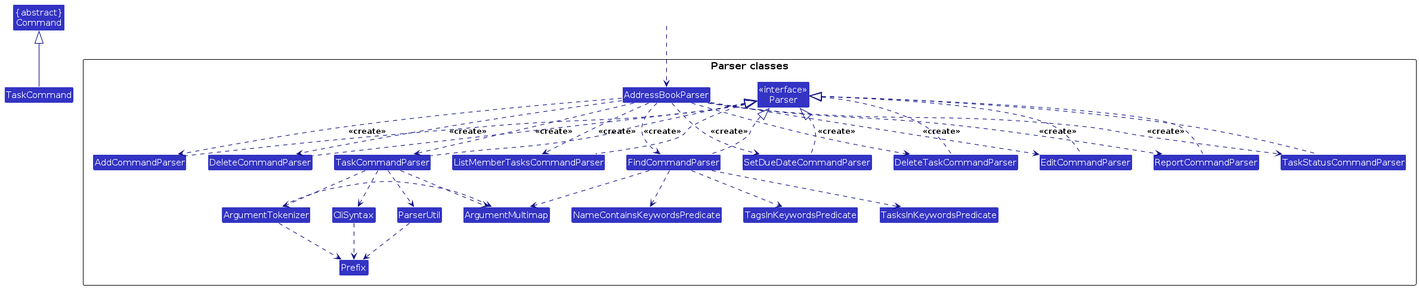
This is diagrams/ParserClasses.png from bkkuan/tp, a PlantUML export, as it was before one commit. Its source is kept beside it as diagrams/ParserClasses.puml.
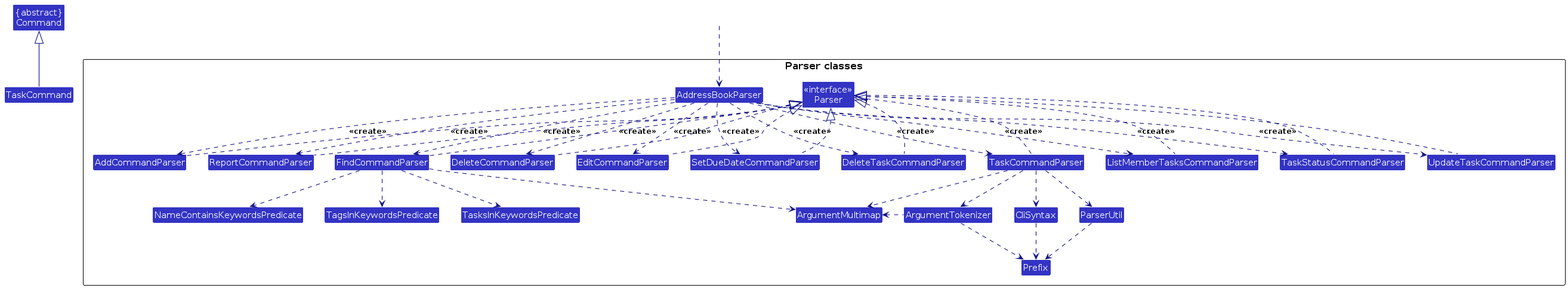
The same diagram one commit later.

The edit, as a diff of the source:
```diff
@@ -22,6 +22,7 @@
   Class SetDueDateCommandParser
   Class TaskCommandParser
   Class TaskStatusCommandParser
+  Class UpdateTaskCommandParser
 
   Class CliSyntax
   Class ParserUtil
@@ -44,6 +45,7 @@
 SetDueDateCommandParser .up.|> Parser
 TaskCommandParser .up.|> Parser
 TaskStatusCommandParser .up.|> Parser
+UpdateTaskCommandParser .up.|> Parser
 
 AddressBookParser .down.> AddCommandParser : <<create>>
 AddressBookParser .down.> DeleteCommandParser : <<create>>
@@ -55,6 +57,7 @@
 AddressBookParser .down.> SetDueDateCommandParser : <<create>>
 AddressBookParser .down.> TaskCommandParser : <<create>>
 AddressBookParser .down.> TaskStatusCommandParser : <<create>>
+AddressBookParser .down.> UpdateTaskCommandParser : <<create>>
 
 FindCommandParser ..> NameContainsKeywordsPredicate
 FindCommandParser ..> TagsInKeywordsPredicate
```
